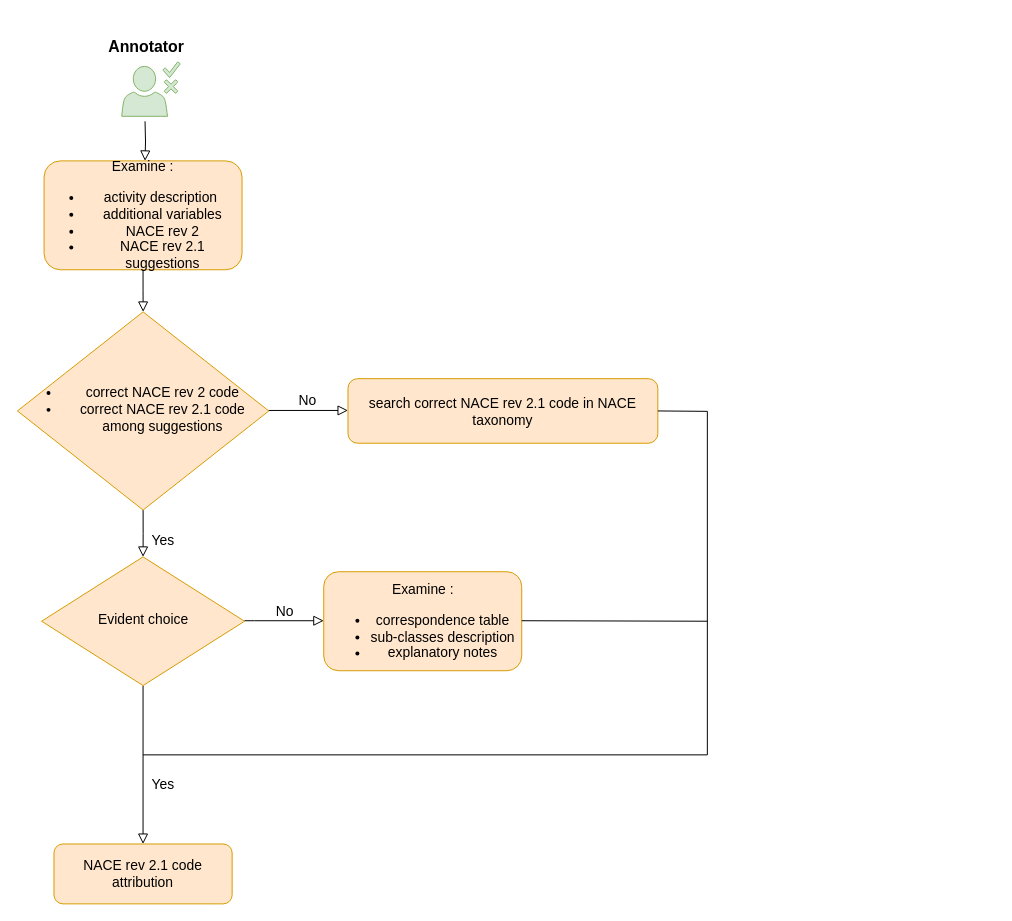
Before: decision-tree-annotation.drawio in TheAIWizard/diagrams, a draw.io diagram. Source tidied: cells renumbered, new cells numbered last; positions are measured from the earlier drawing's top-left corner, leaving out a move shared by most shapes. Both pictures are drawn from the tidied source at 99%, with x=0, y=0 at pixel (17, 17).
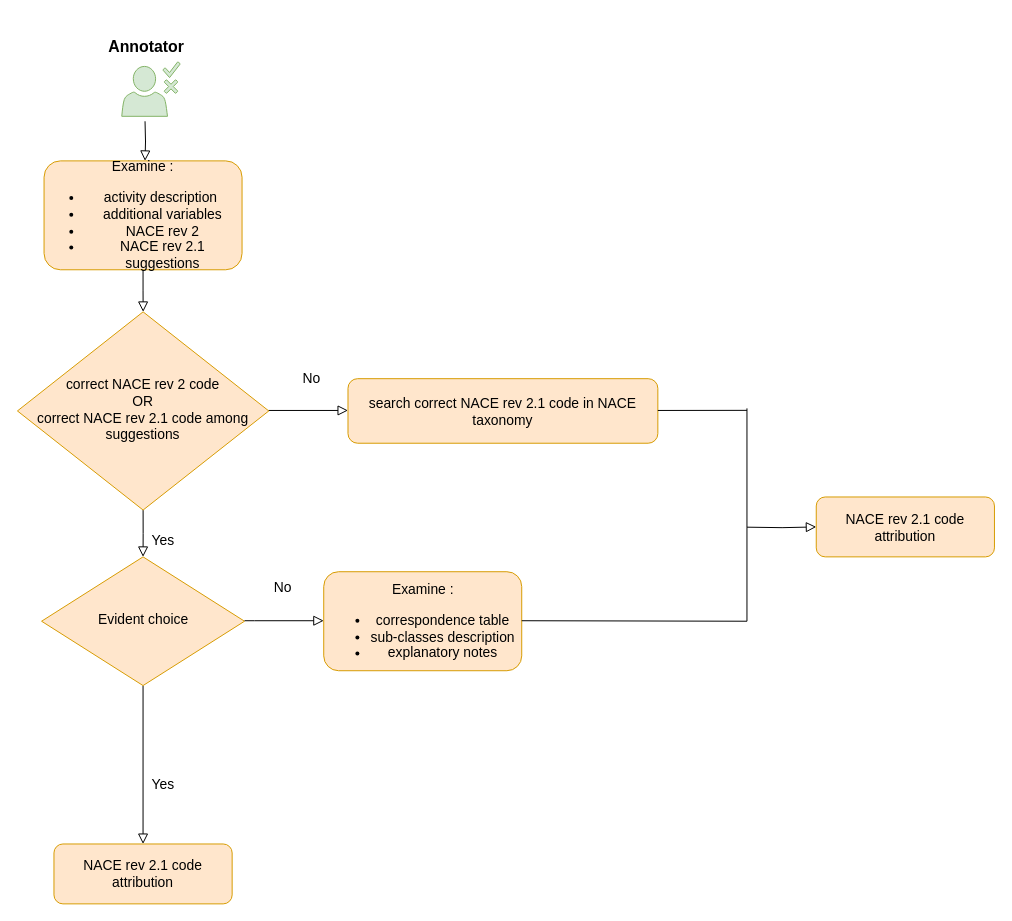
The same diagram, later.

Commit message:
Mettre à jour decision-tree-annotation.drawio

Unchanged cells that the change refers to:
```xml
<mxCell id="15" value="&lt;p style=&quot;font-size: 14px;&quot;&gt;&lt;font face=&quot;Work sans&quot;&gt;&lt;font style=&quot;font-size: 14px;&quot;&gt;search correct NACE rev 2.1&amp;nbsp;&lt;/font&gt;&lt;span style=&quot;background-color: initial;&quot;&gt;code&amp;nbsp;&lt;/span&gt;&lt;span style=&quot;background-color: initial;&quot;&gt;in NACE taxonomy&lt;/span&gt;&lt;/font&gt;&lt;/p&gt;&lt;p&gt;&lt;/p&gt;" style="rounded=1;whiteSpace=wrap;html=1;fontSize=12;glass=0;strokeWidth=1;shadow=0;fillColor=#ffe6cc;strokeColor=#d79b00;" parent="1" vertex="1">
  <mxGeometry x="334" y="365" width="313" height="65.2" as="geometry" />
</mxCell>
```

Diff of the diagram source:
```diff
@@
-    <mxCell id="3" value="&lt;p style=&quot;font-size: 14px;&quot;&gt;&lt;font style=&quot;font-size: 14px;&quot; face=&quot;Work sans&quot;&gt;Examine :&lt;/font&gt;&lt;/p&gt;&lt;p style=&quot;font-size: 14px;&quot;&gt;&lt;/p&gt;&lt;ul style=&quot;font-size: 14px;&quot;&gt;&lt;li style=&quot;&quot;&gt;&lt;font style=&quot;font-size: 14px;&quot; face=&quot;Work sans&quot;&gt;activity description&amp;nbsp;&lt;/font&gt;&lt;/li&gt;&lt;li style=&quot;&quot;&gt;&lt;font style=&quot;font-size: 14px;&quot; face=&quot;YDxsgP0dMcu6zUjX5kKd&quot;&gt;additional variables&lt;/font&gt;&lt;/li&gt;&lt;li style=&quot;&quot;&gt;&lt;font style=&quot;font-size: 14px;&quot; face=&quot;YDxsgP0dMcu6zUjX5kKd&quot;&gt;NACE rev 2&lt;/font&gt;&lt;/li&gt;&lt;li style=&quot;&quot;&gt;&lt;font style=&quot;font-size: 14px;&quot; face=&quot;YDxsgP0dMcu6zUjX5kKd&quot;&gt;NACE rev 2.1 suggestions&lt;/font&gt;&lt;/li&gt;&lt;/ul&gt;&lt;p&gt;&lt;/p&gt;" style="rounded=1;whiteSpace=wrap;html=1;fontSize=12;glass=0;strokeWidth=1;shadow=0;fillColor=#ffe6cc;strokeColor=#d79b00;" parent="1" vertex="1">
+    <mxCell id="3" value="&lt;p style=&quot;font-size: 14px;&quot;&gt;&lt;font face=&quot;Work sans&quot; style=&quot;font-size: 14px;&quot;&gt;Examine :&lt;/font&gt;&lt;/p&gt;&lt;p style=&quot;font-size: 14px;&quot;&gt;&lt;/p&gt;&lt;ul style=&quot;font-size: 14px;&quot;&gt;&lt;li style=&quot;&quot;&gt;&lt;font face=&quot;Lpvtxa64hUqC9Te6o_X-&quot; style=&quot;font-size: 14px;&quot;&gt;activity description&amp;nbsp;&lt;/font&gt;&lt;/li&gt;&lt;li style=&quot;&quot;&gt;&lt;font face=&quot;Lpvtxa64hUqC9Te6o_X-&quot; style=&quot;font-size: 14px;&quot;&gt;additional variables&lt;/font&gt;&lt;/li&gt;&lt;li style=&quot;&quot;&gt;&lt;font face=&quot;Lpvtxa64hUqC9Te6o_X-&quot; style=&quot;font-size: 14px;&quot;&gt;NACE rev 2&lt;/font&gt;&lt;/li&gt;&lt;li style=&quot;&quot;&gt;&lt;font face=&quot;Lpvtxa64hUqC9Te6o_X-&quot; style=&quot;font-size: 14px;&quot;&gt;NACE rev 2.1 suggestions&lt;/font&gt;&lt;/li&gt;&lt;/ul&gt;&lt;p&gt;&lt;/p&gt;" style="rounded=1;whiteSpace=wrap;html=1;fontSize=12;glass=0;strokeWidth=1;shadow=0;fillColor=#ffe6cc;strokeColor=#d79b00;" parent="1" vertex="1">
       <mxGeometry x="27" y="145" width="200" height="110" as="geometry" />
     </mxCell>
@@
     <mxCell id="5" value="&lt;font style=&quot;font-size: 14px;&quot;&gt;No&lt;/font&gt;" style="edgeStyle=orthogonalEdgeStyle;rounded=0;html=1;jettySize=auto;fontSize=11;endArrow=block;endFill=0;endSize=8;strokeWidth=1;shadow=0;labelBackgroundColor=none;" parent="1" edge="1" source="6">
-      <mxGeometry y="10" relative="1" as="geometry">
+      <mxGeometry x="0.08" y="32" relative="1" as="geometry">
         <mxPoint x="334" y="397.1" as="targetPoint" />
       </mxGeometry>
     </mxCell>
-    <mxCell id="6" value="&lt;div style=&quot;font-size: 14px;&quot;&gt;&lt;ul&gt;&lt;li&gt;&lt;font face=&quot;Work sans&quot; style=&quot;font-size: 14px;&quot;&gt;correct NACE rev 2 code&lt;/font&gt;&lt;/li&gt;&lt;li&gt;&lt;font style=&quot;font-size: 14px;&quot; face=&quot;Work sans&quot;&gt;correct NACE rev 2.1 code among suggestions&lt;/font&gt;&lt;/li&gt;&lt;/ul&gt;&lt;/div&gt;" style="rhombus;whiteSpace=wrap;html=1;shadow=0;fontFamily=Helvetica;fontSize=12;align=center;strokeWidth=1;spacing=6;spacingTop=-4;fillColor=#ffe6cc;strokeColor=#d79b00;" parent="1" vertex="1">
+    <mxCell id="6" value="&lt;div style=&quot;font-size: 14px;&quot;&gt;&lt;span style=&quot;font-family: &amp;quot;Work sans&amp;quot;; background-color: initial;&quot;&gt;correct NACE rev 2 code&lt;/span&gt;&lt;/div&gt;&lt;div style=&quot;font-size: 14px;&quot;&gt;&lt;font face=&quot;Work sans&quot;&gt;OR&lt;br&gt;&lt;/font&gt;&lt;span style=&quot;font-family: &amp;quot;Work sans&amp;quot;; background-color: initial;&quot;&gt;correct NACE rev 2.1 code among suggestions&lt;/span&gt;&lt;br&gt;&lt;/div&gt;" style="rhombus;whiteSpace=wrap;html=1;shadow=0;fontFamily=Helvetica;fontSize=12;align=center;strokeWidth=1;spacing=6;spacingTop=-4;fillColor=#ffe6cc;strokeColor=#d79b00;" parent="1" vertex="1">
       <mxGeometry x="0.1" y="297.5" width="253.9" height="200.2" as="geometry" />
     </mxCell>
@@
     <mxCell id="9" value="&lt;font style=&quot;font-size: 14px;&quot;&gt;No&lt;/font&gt;" style="edgeStyle=orthogonalEdgeStyle;rounded=0;html=1;jettySize=auto;orthogonalLoop=1;fontSize=11;endArrow=block;endFill=0;endSize=8;strokeWidth=1;shadow=0;labelBackgroundColor=none;" parent="1" edge="1">
-      <mxGeometry y="10" relative="1" as="geometry">
+      <mxGeometry x="-0.06" y="35" relative="1" as="geometry">
         <mxPoint x="229.5" y="609.5" as="sourcePoint" />
         <mxPoint x="309.5" y="609.5" as="targetPoint" />
         <Array as="points">
           <mxPoint x="239.5" y="609" />
           <mxPoint x="239.5" y="609" />
         </Array>
+        <mxPoint y="1" as="offset" />
       </mxGeometry>
     </mxCell>
@@
-    <mxCell id="16" style="endArrow=none;html=1;rounded=0;entryX=1;entryY=0.5;entryDx=0;entryDy=0;" parent="1" edge="1" target="15">
-      <mxGeometry relative="1" as="geometry">
-        <mxPoint x="697" y="745" as="sourcePoint" />
-        <Array as="points">
-          <mxPoint x="697" y="398" />
-        </Array>
-      </mxGeometry>
-    </mxCell>
-    <mxCell id="17" style="endArrow=none;html=1;rounded=0;" parent="1" edge="1">
-      <mxGeometry relative="1" as="geometry">
-        <mxPoint x="127" y="745" as="sourcePoint" />
-        <mxPoint x="697" y="745" as="targetPoint" />
-      </mxGeometry>
-    </mxCell>
-    <mxCell id="18" style="endArrow=none;html=1;rounded=0;" parent="1" edge="1">
-      <mxGeometry relative="1" as="geometry">
-        <mxPoint x="509.5" y="609.5" as="sourcePoint" />
-        <mxPoint x="697" y="610" as="targetPoint" />
-      </mxGeometry>
-    </mxCell>
+    <mxCell id="19" value="&lt;p style=&quot;font-size: 14px;&quot;&gt;&lt;font style=&quot;font-size: 14px;&quot; face=&quot;Work sans&quot;&gt;NACE rev 2.1&amp;nbsp;&lt;/font&gt;&lt;span style=&quot;background-color: initial; font-family: &amp;quot;Work sans&amp;quot;;&quot;&gt;code attribution&lt;/span&gt;&lt;/p&gt;&lt;p&gt;&lt;/p&gt;" style="rounded=1;whiteSpace=wrap;html=1;fontSize=12;glass=0;strokeWidth=1;shadow=0;fillColor=#ffe6cc;strokeColor=#d79b00;" parent="1" vertex="1">
+      <mxGeometry x="807" y="484.5" width="180" height="60.5" as="geometry" />
+    </mxCell>
+    <mxCell id="20" style="rounded=0;html=1;jettySize=auto;fontSize=11;endArrow=block;endFill=0;endSize=8;strokeWidth=1;shadow=0;labelBackgroundColor=none;edgeStyle=orthogonalEdgeStyle;entryX=0;entryY=0.5;entryDx=0;entryDy=0;" parent="1" edge="1" target="19">
+      <mxGeometry relative="1" as="geometry">
+        <mxPoint x="737" y="515" as="sourcePoint" />
+      </mxGeometry>
+    </mxCell>
+    <mxCell id="21" style="endArrow=none;html=1;rounded=0;" parent="1" edge="1">
+      <mxGeometry relative="1" as="geometry">
+        <mxPoint x="509.5" y="609.5" as="sourcePoint" />
+        <mxPoint x="737" y="610" as="targetPoint" />
+      </mxGeometry>
+    </mxCell>
+    <mxCell id="22" style="endArrow=none;html=1;rounded=0;" parent="1" edge="1">
+      <mxGeometry relative="1" as="geometry">
+        <mxPoint x="647" y="397.1" as="sourcePoint" />
+        <mxPoint x="737" y="397" as="targetPoint" />
+      </mxGeometry>
+    </mxCell>
+    <mxCell id="23" style="endArrow=none;html=1;rounded=0;" parent="1" edge="1">
+      <mxGeometry relative="1" as="geometry">
+        <mxPoint x="737" y="610" as="sourcePoint" />
+        <mxPoint x="737" y="515" as="targetPoint" />
+      </mxGeometry>
+    </mxCell>
+    <mxCell id="24" style="endArrow=none;html=1;rounded=0;" parent="1" edge="1">
+      <mxGeometry relative="1" as="geometry">
+        <mxPoint x="737" y="515" as="sourcePoint" />
+        <mxPoint x="737" y="395" as="targetPoint" />
+      </mxGeometry>
+    </mxCell>
```
